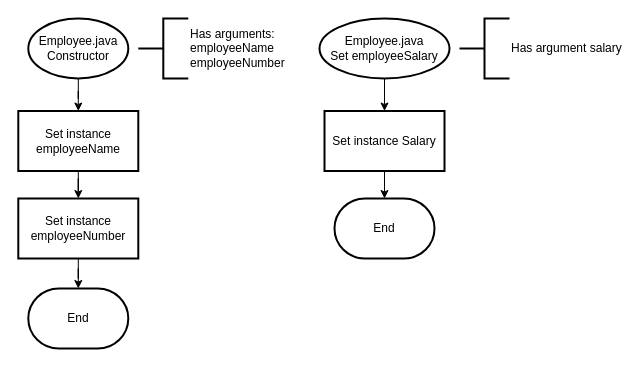
This is report/flowcharts/task-2/designs/employee.drawio from Sherman5A/usw-pop-coursework-1-task-2, a draw.io file, before an edit. Source tidied: cells renumbered, new cells numbered last; positions are measured from the earlier drawing's top-left corner, leaving out a move shared by most shapes. Both pictures are drawn from the tidied source at 100%, with x=0, y=0 at pixel (18, 18).
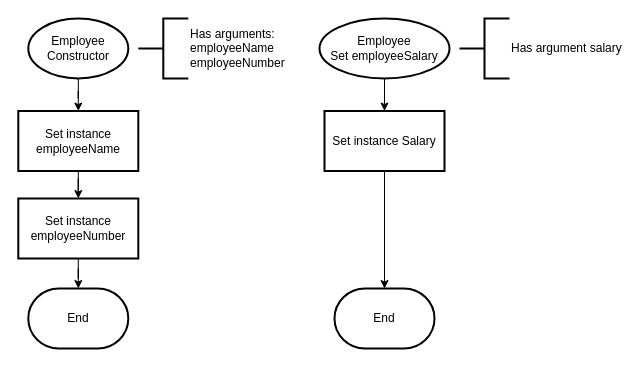
The same diagram, later.

Diff of the diagram source:
```diff
@@
 <mxGraphModel>
   <root>
     <mxCell id="0" />
     <mxCell id="1" parent="0" />
     <mxCell id="2" style="edgeStyle=orthogonalEdgeStyle;rounded=0;jettySize=auto;html=1;entryX=0.5;entryY=0;entryDx=0;entryDy=0;" parent="1" edge="1" source="3" target="5">
       <mxGeometry relative="1" as="geometry" />
     </mxCell>
-    <mxCell id="3" value="Employee.java&lt;br&gt;Constructor" style="strokeWidth=2;html=1;shape=mxgraph.flowchart.start_1;whiteSpace=wrap;" parent="1" vertex="1">
+    <mxCell id="3" value="Employee&lt;br&gt;Constructor" style="strokeWidth=2;html=1;shape=mxgraph.flowchart.start_1;whiteSpace=wrap;" parent="1" vertex="1">
       <mxGeometry x="9.8" width="100" height="60" as="geometry" />
     </mxCell>
     <mxCell id="4" style="edgeStyle=orthogonalEdgeStyle;rounded=0;jettySize=auto;html=1;entryX=0.5;entryY=0;entryDx=0;entryDy=0;" parent="1" edge="1" source="5" target="7">
       <mxGeometry relative="1" as="geometry" />
     </mxCell>
     <mxCell id="5" value="Set instance employeeName" style="whiteSpace=wrap;html=1;strokeWidth=2;" parent="1" vertex="1">
       <mxGeometry x="-0.2" y="92.5" width="120" height="60" as="geometry" />
     </mxCell>
     <mxCell id="6" style="edgeStyle=orthogonalEdgeStyle;rounded=0;jettySize=auto;html=1;" parent="1" edge="1" source="7" target="8">
       <mxGeometry relative="1" as="geometry" />
     </mxCell>
     <mxCell id="7" value="Set instance employeeNumber" style="whiteSpace=wrap;html=1;strokeWidth=2;" parent="1" vertex="1">
       <mxGeometry x="-0.2" y="180" width="120" height="60" as="geometry" />
     </mxCell>
     <mxCell id="8" value="End" style="strokeWidth=2;html=1;shape=mxgraph.flowchart.terminator;whiteSpace=wrap;" parent="1" vertex="1">
       <mxGeometry x="9.8" y="270" width="100" height="60" as="geometry" />
     </mxCell>
     <mxCell id="9" style="edgeStyle=orthogonalEdgeStyle;rounded=0;jettySize=auto;html=1;" parent="1" edge="1" source="10" target="12">
       <mxGeometry relative="1" as="geometry" />
     </mxCell>
-    <mxCell id="10" value="Employee.java&lt;br&gt;Set employeeSalary" style="strokeWidth=2;html=1;shape=mxgraph.flowchart.start_1;whiteSpace=wrap;" parent="1" vertex="1">
+    <mxCell id="10" value="Employee&lt;br&gt;Set employeeSalary" style="strokeWidth=2;html=1;shape=mxgraph.flowchart.start_1;whiteSpace=wrap;" parent="1" vertex="1">
       <mxGeometry x="301" width="130" height="60" as="geometry" />
     </mxCell>
     <mxCell id="11" style="edgeStyle=orthogonalEdgeStyle;rounded=0;jettySize=auto;html=1;" parent="1" edge="1" source="12" target="13">
       <mxGeometry relative="1" as="geometry" />
     </mxCell>
     <mxCell id="12" value="Set instance Salary" style="whiteSpace=wrap;html=1;strokeWidth=2;" parent="1" vertex="1">
       <mxGeometry x="306" y="92.5" width="120" height="60" as="geometry" />
     </mxCell>
     <mxCell id="13" value="End" style="strokeWidth=2;html=1;shape=mxgraph.flowchart.terminator;whiteSpace=wrap;" parent="1" vertex="1">
-      <mxGeometry x="316" y="180" width="100" height="60" as="geometry" />
+      <mxGeometry x="316" y="270" width="100" height="60" as="geometry" />
     </mxCell>
     <mxCell id="14" value="Has argument salary" style="strokeWidth=2;html=1;shape=mxgraph.flowchart.annotation_2;align=left;labelPosition=right;" parent="1" vertex="1">
       <mxGeometry x="441" width="50" height="60" as="geometry" />
     </mxCell>
     <mxCell id="15" value="&lt;div&gt;Has arguments:&lt;/div&gt;&lt;div&gt;employeeName&lt;br&gt;employeeNumber&lt;br&gt; &lt;/div&gt;" style="strokeWidth=2;html=1;shape=mxgraph.flowchart.annotation_2;align=left;labelPosition=right;" parent="1" vertex="1">
       <mxGeometry x="119.8" width="50" height="60" as="geometry" />
     </mxCell>
   </root>
 </mxGraphModel>
```
